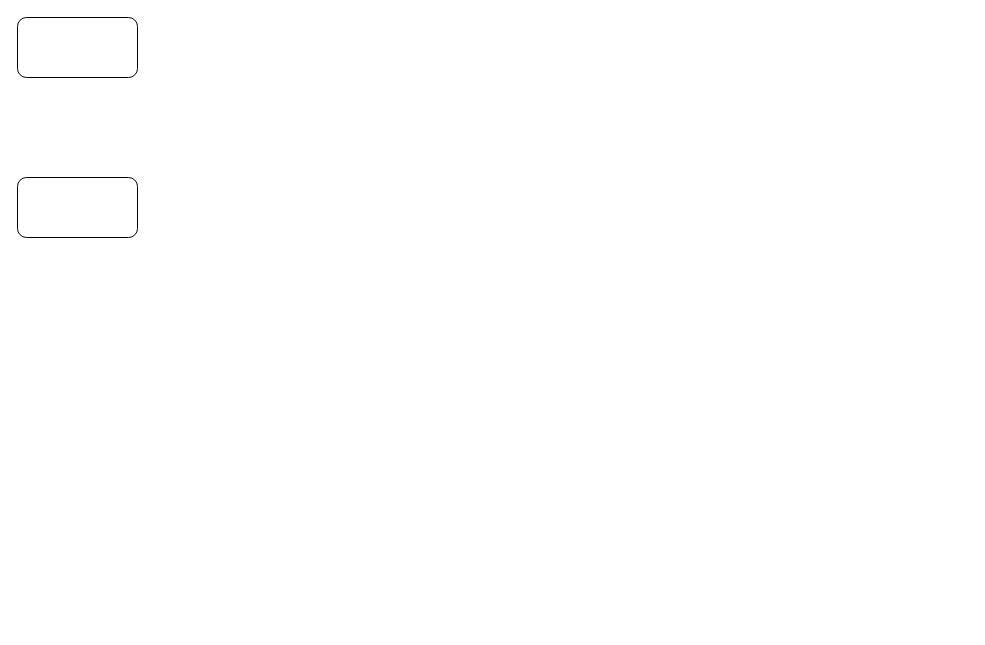
Before: state diagram.drawio in 1395505/sudocoms3009-registration-app, a draw.io diagram. Source tidied: cells renumbered, new cells numbered last; positions are measured from the earlier drawing's top-left corner, leaving out a move shared by most shapes. Both pictures are drawn from the tidied source at 100%, with x=0, y=0 at pixel (17, 17).
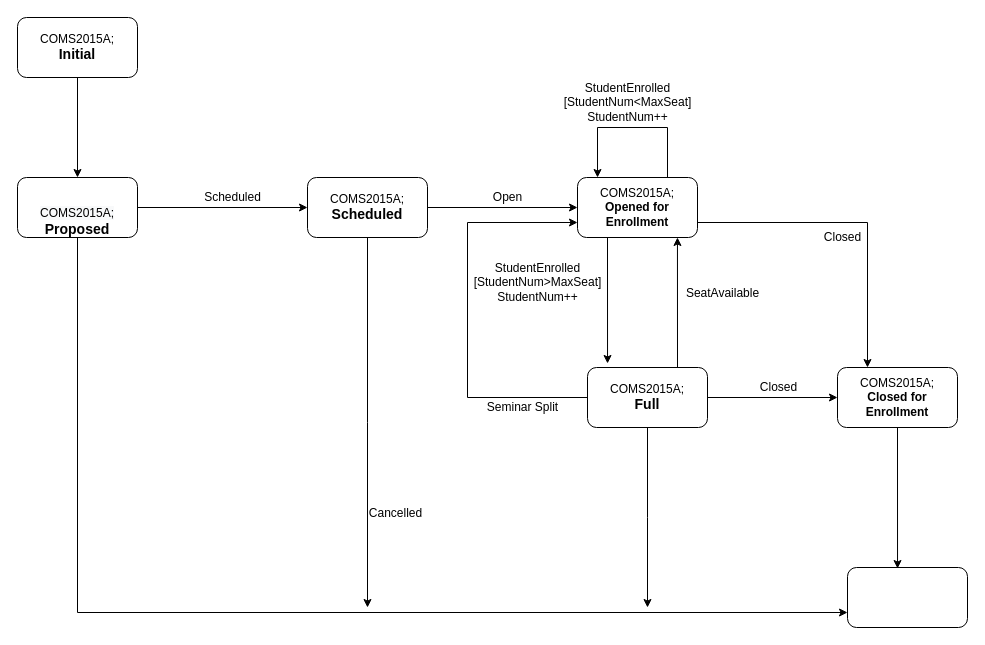
After the change.

The edit, as a diff of the source:
```diff
@@
+    <mxCell id="4" style="edgeStyle=orthogonalEdgeStyle;rounded=0;jettySize=auto;html=1;exitX=0.5;exitY=1;exitDx=0;exitDy=0;" parent="1" edge="1" source="2" target="3">
+      <mxGeometry relative="1" as="geometry" />
+    </mxCell>
-    <mxCell id="2" style="rounded=1;whiteSpace=wrap;html=1;" parent="1" vertex="1">
+    <mxCell id="2" value="COMS2015A;&lt;br&gt;&lt;font style=&quot;font-size: 14px&quot;&gt;&lt;b&gt;Initial&lt;/b&gt;&lt;/font&gt;" style="rounded=1;whiteSpace=wrap;html=1;" parent="1" vertex="1">
       <mxGeometry width="120" height="60" as="geometry" />
     </mxCell>
+    <mxCell id="5" style="edgeStyle=orthogonalEdgeStyle;rounded=0;jettySize=auto;html=1;exitX=1;exitY=0.5;exitDx=0;exitDy=0;entryX=0;entryY=0.5;entryDx=0;entryDy=0;" parent="1" edge="1" source="3" target="9">
+      <mxGeometry relative="1" as="geometry" />
+    </mxCell>
+    <mxCell id="6" style="edgeStyle=orthogonalEdgeStyle;rounded=0;jettySize=auto;html=1;exitX=0.5;exitY=1;exitDx=0;exitDy=0;entryX=0;entryY=0.75;entryDx=0;entryDy=0;" parent="1" edge="1" source="3" target="21">
+      <mxGeometry relative="1" as="geometry" />
+    </mxCell>
-    <mxCell id="3" style="rounded=1;whiteSpace=wrap;html=1;" parent="1" vertex="1">
+    <mxCell id="3" value="&lt;br&gt;&lt;br&gt;&lt;span style=&quot;color: rgb(0 , 0 , 0) ; font-family: &amp;#34;helvetica&amp;#34; ; font-size: 12px ; font-style: normal ; font-weight: 400 ; letter-spacing: normal ; text-align: center ; text-indent: 0px ; text-transform: none ; word-spacing: 0px ; background-color: rgb(248 , 249 , 250) ; display: inline ; float: none&quot;&gt;COMS2015A;&lt;/span&gt;&lt;br style=&quot;color: rgb(0 , 0 , 0) ; font-family: &amp;#34;helvetica&amp;#34; ; font-size: 12px ; font-style: normal ; font-weight: 400 ; letter-spacing: normal ; text-align: center ; text-indent: 0px ; text-transform: none ; word-spacing: 0px ; background-color: rgb(248 , 249 , 250)&quot;&gt;&lt;font face=&quot;helvetica&quot;&gt;&lt;span style=&quot;font-size: 14px&quot;&gt;&lt;b&gt;Proposed&lt;/b&gt;&lt;/span&gt;&lt;/font&gt;&lt;br&gt;" style="rounded=1;whiteSpace=wrap;html=1;" parent="1" vertex="1">
       <mxGeometry y="160" width="120" height="60" as="geometry" />
     </mxCell>
+    <mxCell id="7" style="edgeStyle=orthogonalEdgeStyle;rounded=0;jettySize=auto;html=1;exitX=1;exitY=0.5;exitDx=0;exitDy=0;entryX=0;entryY=0.5;entryDx=0;entryDy=0;" parent="1" edge="1" source="9" target="13">
+      <mxGeometry relative="1" as="geometry" />
+    </mxCell>
+    <mxCell id="8" style="edgeStyle=orthogonalEdgeStyle;rounded=0;jettySize=auto;html=1;exitX=0.5;exitY=1;exitDx=0;exitDy=0;" parent="1" edge="1" source="9">
+      <mxGeometry relative="1" as="geometry">
+        <mxPoint x="350" y="590" as="targetPoint" />
+      </mxGeometry>
+    </mxCell>
+    <mxCell id="9" value="&lt;span&gt;COMS2015A;&lt;/span&gt;&lt;br&gt;&lt;span style=&quot;font-size: 14px&quot;&gt;&lt;b&gt;Scheduled&lt;/b&gt;&lt;/span&gt;" style="rounded=1;whiteSpace=wrap;html=1;" parent="1" vertex="1">
+      <mxGeometry x="290" y="160" width="120" height="60" as="geometry" />
+    </mxCell>
+    <mxCell id="10" style="edgeStyle=orthogonalEdgeStyle;rounded=0;jettySize=auto;html=1;exitX=0.25;exitY=1;exitDx=0;exitDy=0;entryX=0.167;entryY=-0.067;entryDx=0;entryDy=0;entryPerimeter=0;" parent="1" edge="1" source="13" target="18">
+      <mxGeometry relative="1" as="geometry" />
+    </mxCell>
+    <mxCell id="11" style="edgeStyle=orthogonalEdgeStyle;rounded=0;orthogonalLoop=1;jettySize=auto;html=1;exitX=0.75;exitY=0;exitDx=0;exitDy=0;entryX=0.167;entryY=0;entryDx=0;entryDy=0;entryPerimeter=0;" parent="1" edge="1" source="13" target="13">
+      <mxGeometry relative="1" as="geometry">
+        <Array as="points">
+          <mxPoint x="650" y="110" />
+          <mxPoint x="580" y="110" />
+        </Array>
+      </mxGeometry>
+    </mxCell>
+    <mxCell id="12" style="edgeStyle=orthogonalEdgeStyle;rounded=0;jettySize=auto;html=1;exitX=1;exitY=0.75;exitDx=0;exitDy=0;entryX=0.25;entryY=0;entryDx=0;entryDy=0;" parent="1" edge="1" source="13" target="20">
+      <mxGeometry relative="1" as="geometry" />
+    </mxCell>
+    <mxCell id="13" value="COMS2015A;&lt;br&gt;&lt;b&gt;Opened for Enrollment&lt;/b&gt;" style="rounded=1;whiteSpace=wrap;html=1;" parent="1" vertex="1">
+      <mxGeometry x="560" y="160" width="120" height="60" as="geometry" />
+    </mxCell>
+    <mxCell id="14" style="edgeStyle=orthogonalEdgeStyle;rounded=0;jettySize=auto;html=1;exitX=0.75;exitY=0;exitDx=0;exitDy=0;entryX=0.833;entryY=1;entryDx=0;entryDy=0;entryPerimeter=0;" parent="1" edge="1" source="18" target="13">
+      <mxGeometry relative="1" as="geometry" />
+    </mxCell>
+    <mxCell id="15" style="edgeStyle=orthogonalEdgeStyle;rounded=0;jettySize=auto;html=1;exitX=0;exitY=0.5;exitDx=0;exitDy=0;entryX=0;entryY=0.75;entryDx=0;entryDy=0;" parent="1" edge="1" source="18" target="13">
+      <mxGeometry relative="1" as="geometry">
+        <Array as="points">
+          <mxPoint x="450" y="380" />
+          <mxPoint x="450" y="205" />
+        </Array>
+      </mxGeometry>
+    </mxCell>
+    <mxCell id="16" style="edgeStyle=orthogonalEdgeStyle;rounded=0;jettySize=auto;html=1;exitX=1;exitY=0.5;exitDx=0;exitDy=0;entryX=0;entryY=0.5;entryDx=0;entryDy=0;" parent="1" edge="1" source="18" target="20">
+      <mxGeometry relative="1" as="geometry" />
+    </mxCell>
+    <mxCell id="17" style="edgeStyle=orthogonalEdgeStyle;rounded=0;jettySize=auto;html=1;exitX=0.5;exitY=1;exitDx=0;exitDy=0;" parent="1" edge="1" source="18">
+      <mxGeometry relative="1" as="geometry">
+        <mxPoint x="630" y="590" as="targetPoint" />
+      </mxGeometry>
+    </mxCell>
+    <mxCell id="18" value="COMS2015A;&lt;br&gt;&lt;b&gt;&lt;font style=&quot;font-size: 14px&quot;&gt;Full&lt;/font&gt;&lt;/b&gt;" style="rounded=1;whiteSpace=wrap;html=1;" parent="1" vertex="1">
+      <mxGeometry x="570" y="350" width="120" height="60" as="geometry" />
+    </mxCell>
+    <mxCell id="19" style="edgeStyle=orthogonalEdgeStyle;rounded=0;jettySize=auto;html=1;exitX=0.5;exitY=1;exitDx=0;exitDy=0;entryX=0.417;entryY=0.017;entryDx=0;entryDy=0;entryPerimeter=0;" parent="1" edge="1" source="20" target="21">
+      <mxGeometry relative="1" as="geometry" />
+    </mxCell>
+    <mxCell id="20" value="COMS2015A;&lt;br&gt;&lt;b&gt;Closed for Enrollment&lt;/b&gt;" style="rounded=1;whiteSpace=wrap;html=1;" parent="1" vertex="1">
+      <mxGeometry x="820" y="350" width="120" height="60" as="geometry" />
+    </mxCell>
+    <mxCell id="21" style="rounded=1;whiteSpace=wrap;html=1;" parent="1" vertex="1">
+      <mxGeometry x="830" y="550" width="120" height="60" as="geometry" />
+    </mxCell>
+    <mxCell id="22" value="Scheduled" style="text;html=1;align=center;verticalAlign=middle;" parent="1" vertex="1">
+      <mxGeometry x="180" y="170" width="70" height="20" as="geometry" />
+    </mxCell>
+    <mxCell id="23" value="Open" style="text;html=1;align=center;verticalAlign=middle;" parent="1" vertex="1">
+      <mxGeometry x="470" y="170" width="40" height="20" as="geometry" />
+    </mxCell>
+    <mxCell id="24" value="StudentEnrolled&lt;br&gt;[StudentNum&amp;lt;MaxSeat]&lt;br&gt;StudentNum++" style="text;html=1;align=center;verticalAlign=middle;" parent="1" vertex="1">
+      <mxGeometry x="540" y="60" width="140" height="50" as="geometry" />
+    </mxCell>
+    <mxCell id="25" value="StudentEnrolled&lt;br&gt;[StudentNum&amp;gt;MaxSeat]&lt;br&gt;StudentNum++" style="text;html=1;align=center;verticalAlign=middle;" parent="1" vertex="1">
+      <mxGeometry x="450" y="240" width="140" height="50" as="geometry" />
+    </mxCell>
+    <mxCell id="26" value="Seminar Split" style="text;html=1;align=center;verticalAlign=middle;" parent="1" vertex="1">
+      <mxGeometry x="460" y="380" width="90" height="20" as="geometry" />
+    </mxCell>
+    <mxCell id="27" value="SeatAvailable" style="text;html=1;align=center;verticalAlign=middle;" parent="1" vertex="1">
+      <mxGeometry x="660" y="266" width="90" height="20" as="geometry" />
+    </mxCell>
+    <mxCell id="28" value="Closed" style="text;html=1;align=center;verticalAlign=middle;" parent="1" vertex="1">
+      <mxGeometry x="736" y="360" width="50" height="20" as="geometry" />
+    </mxCell>
+    <mxCell id="29" value="Closed" style="text;html=1;align=center;verticalAlign=middle;" parent="1" vertex="1">
+      <mxGeometry x="800" y="210" width="50" height="20" as="geometry" />
+    </mxCell>
+    <mxCell id="30" value="Cancelled" style="text;html=1;align=center;verticalAlign=middle;" parent="1" vertex="1">
+      <mxGeometry x="343" y="486" width="70" height="20" as="geometry" />
+    </mxCell>
```
